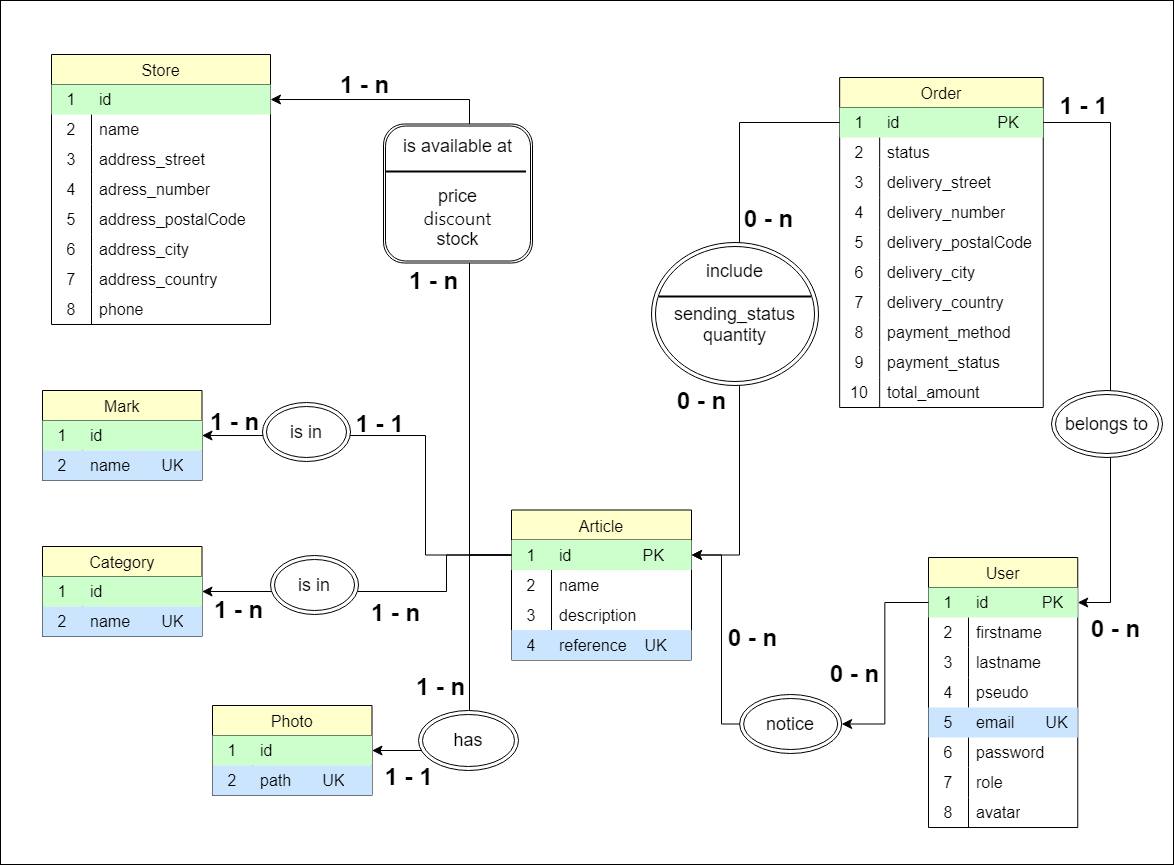
Before: diagrams/E.A.png, a diagram exported from draw.io (Carole-GRD/TF_expressAPIAstro). Source tidied: cells renumbered, new cells last; positions are measured from the earlier drawing's top-left corner, leaving out a move shared by most shapes.
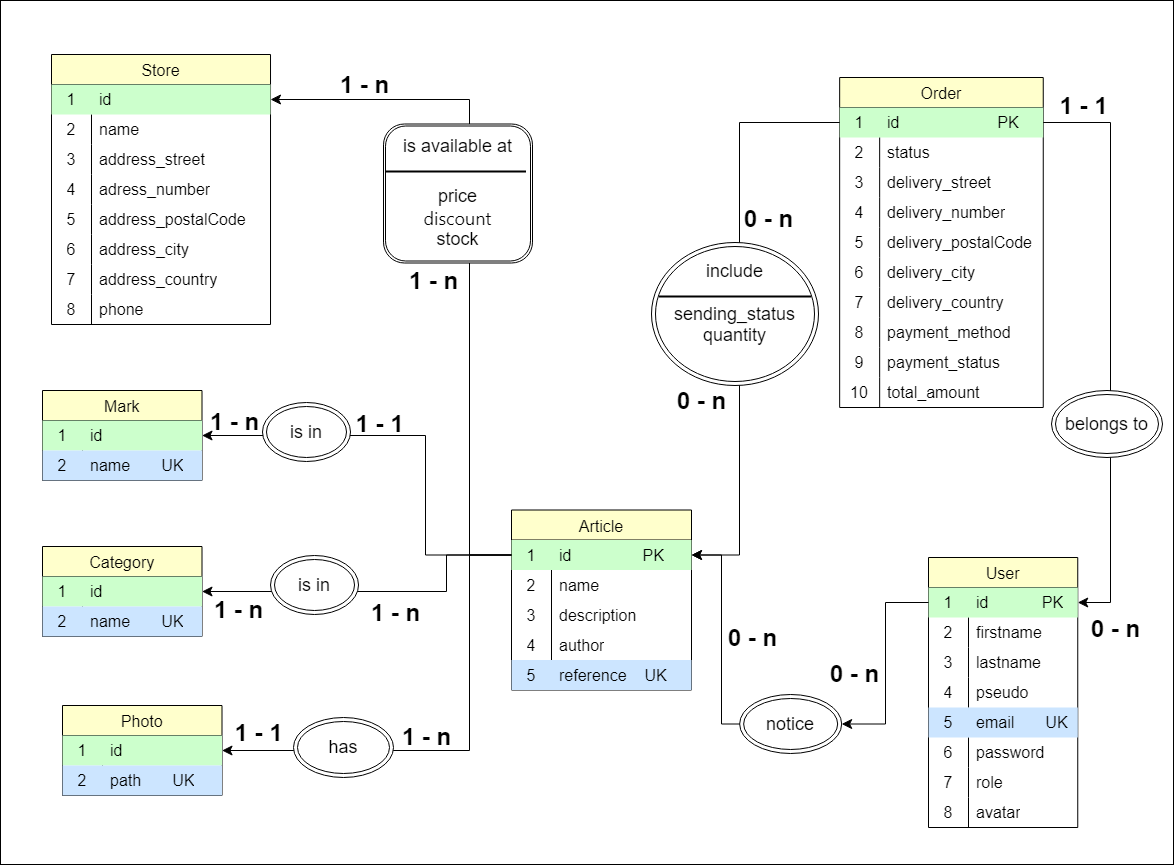
Above is the later version.

Change to the diagram source:
```diff
@@ -6,7 +6,7 @@
       <mxGeometry width="1173" height="864" as="geometry" />
     </mxCell>
     <mxCell id="3" value="Article" style="shape=table;startSize=30;rowLines=0;fontStyle=0;strokeColor=default;fontSize=16;fillColor=#FFFFCC;" parent="1" vertex="1">
-      <mxGeometry x="511" y="509.5" width="180" height="150" as="geometry" />
+      <mxGeometry x="511" y="509.5" width="180" height="180" as="geometry" />
     </mxCell>
     <mxCell id="4" style="shape=tableRow;horizontal=0;startSize=0;swimlaneHead=0;swimlaneBody=0;top=0;left=0;bottom=0;right=0;fillColor=#CCFFCC;points=[[0,0.5],[1,0.5]];portConstraint=eastwest;strokeColor=inherit;fontSize=16;" parent="3" vertex="1">
       <mxGeometry y="30" width="180" height="30" as="geometry" />
@@ -35,10 +35,19 @@
     <mxCell id="12" value="description" style="shape=partialRectangle;html=1;whiteSpace=wrap;fillColor=none;top=0;left=0;bottom=0;right=0;align=left;spacingLeft=6;overflow=hidden;strokeColor=inherit;fontSize=16;" parent="10" vertex="1">
       <mxGeometry x="40" width="140" height="30" as="geometry" />
     </mxCell>
+    <mxCell id="151" style="shape=tableRow;horizontal=0;startSize=0;swimlaneHead=0;swimlaneBody=0;top=0;left=0;bottom=0;right=0;fillColor=none;strokeColor=inherit;fontSize=16;" parent="3" vertex="1">
+      <mxGeometry y="120" width="180" height="30" as="geometry" />
+    </mxCell>
+    <mxCell id="152" value="4" style="shape=partialRectangle;html=1;whiteSpace=wrap;fillColor=none;top=0;left=0;bottom=0;right=0;overflow=hidden;strokeColor=inherit;fontSize=16;" parent="151" vertex="1">
+      <mxGeometry width="40" height="30" as="geometry" />
+    </mxCell>
+    <mxCell id="153" value="author" style="shape=partialRectangle;html=1;whiteSpace=wrap;fillColor=none;top=0;left=0;bottom=0;right=0;align=left;spacingLeft=6;overflow=hidden;strokeColor=inherit;fontSize=16;" parent="151" vertex="1">
+      <mxGeometry x="40" width="140" height="30" as="geometry" />
+    </mxCell>
     <mxCell id="13" style="shape=tableRow;horizontal=0;startSize=0;swimlaneHead=0;swimlaneBody=0;top=0;left=0;bottom=0;right=0;fillColor=#CCE5FF;strokeColor=inherit;fontSize=16;" parent="3" vertex="1">
-      <mxGeometry y="120" width="180" height="30" as="geometry" />
+      <mxGeometry y="150" width="180" height="30" as="geometry" />
     </mxCell>
-    <mxCell id="14" value="4" style="shape=partialRectangle;html=1;whiteSpace=wrap;fillColor=none;top=0;left=0;bottom=0;right=0;overflow=hidden;strokeColor=inherit;fontSize=16;" parent="13" vertex="1">
+    <mxCell id="14" value="5" style="shape=partialRectangle;html=1;whiteSpace=wrap;fillColor=none;top=0;left=0;bottom=0;right=0;overflow=hidden;strokeColor=inherit;fontSize=16;" parent="13" vertex="1">
       <mxGeometry width="40" height="30" as="geometry" />
     </mxCell>
     <mxCell id="15" value="reference&amp;nbsp; &amp;nbsp; UK" style="shape=partialRectangle;html=1;whiteSpace=wrap;fillColor=none;top=0;left=0;bottom=0;right=0;align=left;spacingLeft=6;overflow=hidden;strokeColor=inherit;fontSize=16;" parent="13" vertex="1">
@@ -463,7 +472,7 @@
       <mxGeometry x="345" y="593" width="100" height="40" as="geometry" />
     </mxCell>
     <mxCell id="140" value="Photo" style="shape=table;startSize=30;rowLines=0;fontStyle=0;strokeColor=default;fontSize=16;fillColor=#FFFFCC;" parent="1" vertex="1">
-      <mxGeometry x="212" y="705" width="159.5" height="90" as="geometry" />
+      <mxGeometry x="62" y="705" width="159.5" height="90" as="geometry" />
     </mxCell>
     <mxCell id="141" style="shape=tableRow;horizontal=0;startSize=0;swimlaneHead=0;swimlaneBody=0;top=0;left=0;bottom=0;right=0;fillColor=#CCFFCC;points=[[0,0.5],[1,0.5]];portConstraint=eastwest;strokeColor=inherit;fontSize=16;" parent="140" vertex="1">
       <mxGeometry y="30" width="159.5" height="30" as="geometry" />
@@ -491,13 +500,13 @@
       </mxGeometry>
     </mxCell>
     <mxCell id="148" value="&lt;font style=&quot;font-size: 18px;&quot;&gt;has&lt;/font&gt;" style="ellipse;shape=doubleEllipse;whiteSpace=wrap;html=1;" parent="1" vertex="1">
-      <mxGeometry x="418" y="710" width="100" height="60" as="geometry" />
+      <mxGeometry x="293" y="717" width="100" height="60" as="geometry" />
     </mxCell>
     <mxCell id="149" value="1 - 1" style="text;strokeColor=none;fillColor=none;html=1;fontSize=24;fontStyle=1;verticalAlign=middle;align=center;" parent="1" vertex="1">
-      <mxGeometry x="358" y="757" width="100" height="40" as="geometry" />
+      <mxGeometry x="208" y="713" width="100" height="40" as="geometry" />
     </mxCell>
     <mxCell id="150" value="1 - n" style="text;strokeColor=none;fillColor=none;html=1;fontSize=24;fontStyle=1;verticalAlign=middle;align=center;" parent="1" vertex="1">
-      <mxGeometry x="390" y="667" width="100" height="40" as="geometry" />
+      <mxGeometry x="376" y="717" width="100" height="40" as="geometry" />
     </mxCell>
   </root>
 </mxGraphModel>
```
